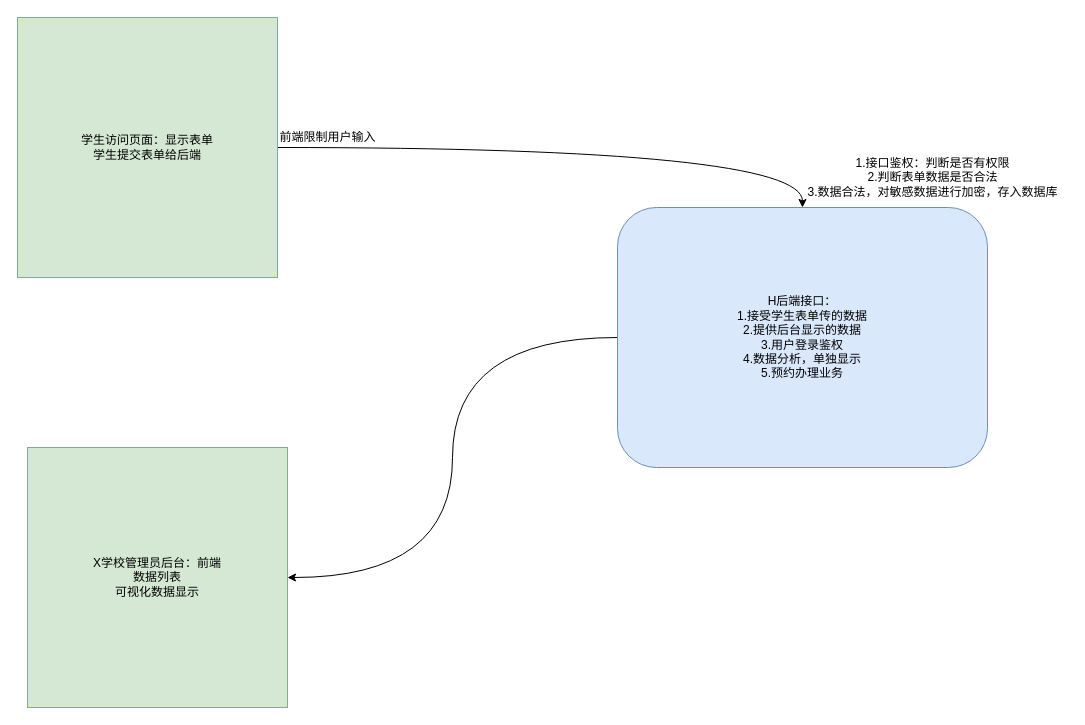
The draw.io diagram 笔记/头脑风暴.drawio in MrChihiro/chihiro-notes, before the edit. Source tidied: cells renumbered, new cells numbered last; positions are measured from the earlier drawing's top-left corner, leaving out a move shared by most shapes. Both pictures are drawn from the tidied source at 100%, with x=0, y=0 at pixel (17, 17).
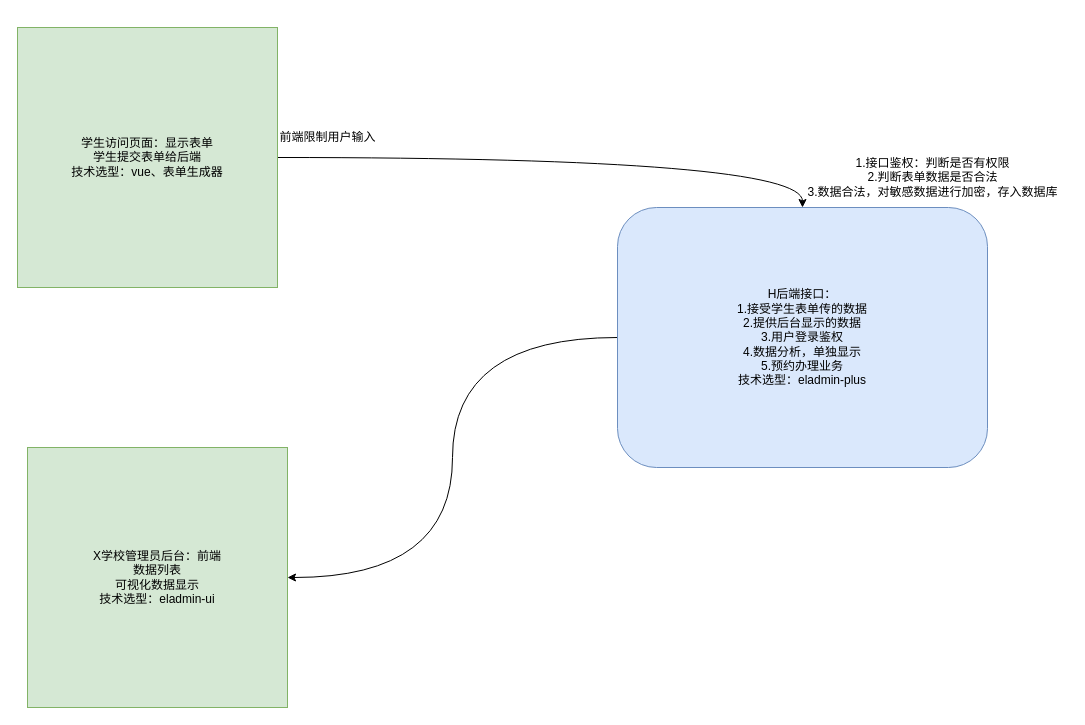
The same page after the edit.

Commit message:
更新头脑风暴.drawio

Change to the diagram source:
```diff
@@
 <mxGraphModel>
   <root>
     <mxCell id="0" />
     <mxCell id="1" parent="0" />
     <mxCell id="2" style="edgeStyle=orthogonalEdgeStyle;rounded=0;jettySize=auto;html=1;entryX=0.5;entryY=0;entryDx=0;entryDy=0;elbow=vertical;exitX=1;exitY=0.5;exitDx=0;exitDy=0;curved=1;" parent="1" edge="1" source="3" target="6">
       <mxGeometry relative="1" as="geometry" />
     </mxCell>
-    <mxCell id="3" value="学生访问页面：显示表单&lt;br&gt;学生提交表单给后端&lt;br&gt;" style="whiteSpace=wrap;html=1;fillColor=#d5e8d4;strokeColor=#82b366;" parent="1" vertex="1">
-      <mxGeometry width="260" height="260" as="geometry" />
+    <mxCell id="3" value="学生访问页面：显示表单&lt;br&gt;学生提交表单给后端&lt;br&gt;技术选型：vue、表单生成器&lt;br&gt;" style="whiteSpace=wrap;html=1;fillColor=#d5e8d4;strokeColor=#82b366;" parent="1" vertex="1">
+      <mxGeometry y="10" width="260" height="260" as="geometry" />
     </mxCell>
-    <mxCell id="4" value="X学校管理员后台：前端&lt;br&gt;数据列表&lt;br&gt;可视化数据显示&lt;br&gt;" style="whiteSpace=wrap;html=1;fillColor=#d5e8d4;strokeColor=#82b366;" parent="1" vertex="1">
+    <mxCell id="4" value="X学校管理员后台：前端&lt;br&gt;数据列表&lt;br&gt;可视化数据显示&lt;br&gt;技术选型：eladmin-ui&lt;br&gt;" style="whiteSpace=wrap;html=1;fillColor=#d5e8d4;strokeColor=#82b366;" parent="1" vertex="1">
       <mxGeometry x="10" y="430" width="260" height="260" as="geometry" />
     </mxCell>
     <mxCell id="5" style="edgeStyle=orthogonalEdgeStyle;curved=1;rounded=0;jettySize=auto;html=1;elbow=vertical;" parent="1" edge="1" source="6" target="4">
       <mxGeometry relative="1" as="geometry" />
     </mxCell>
-    <mxCell id="6" value="H后端接口：&lt;br&gt;1.接受学生表单传的数据&lt;br&gt;2.提供后台显示的数据&lt;br&gt;3.用户登录鉴权&lt;br&gt;4.数据分析，单独显示&lt;br&gt;5.预约办理业务&lt;br&gt;" style="rounded=1;whiteSpace=wrap;html=1;fillColor=#dae8fc;strokeColor=#6c8ebf;" parent="1" vertex="1">
+    <mxCell id="6" value="H后端接口：&lt;br&gt;1.接受学生表单传的数据&lt;br&gt;2.提供后台显示的数据&lt;br&gt;3.用户登录鉴权&lt;br&gt;4.数据分析，单独显示&lt;br&gt;5.预约办理业务&lt;br&gt;技术选型：eladmin-plus&lt;br&gt;" style="rounded=1;whiteSpace=wrap;html=1;fillColor=#dae8fc;strokeColor=#6c8ebf;" parent="1" vertex="1">
       <mxGeometry x="600" y="190" width="370" height="260" as="geometry" />
     </mxCell>
     <mxCell id="7" value="1.接口鉴权：判断是否有权限&lt;br&gt;2.判断表单数据是否合法&lt;br&gt;3.数据合法，对敏感数据进行加密，存入数据库" style="text;html=1;align=center;verticalAlign=middle;fillColor=none;strokeColor=none;rounded=0;" parent="1" vertex="1">
       <mxGeometry x="780" y="130" width="270" height="60" as="geometry" />
     </mxCell>
     <mxCell id="8" value="前端限制用户输入" style="text;html=1;align=center;verticalAlign=middle;fillColor=none;strokeColor=none;rounded=0;" parent="1" vertex="1">
       <mxGeometry x="250" y="105" width="120" height="30" as="geometry" />
     </mxCell>
   </root>
 </mxGraphModel>
```
